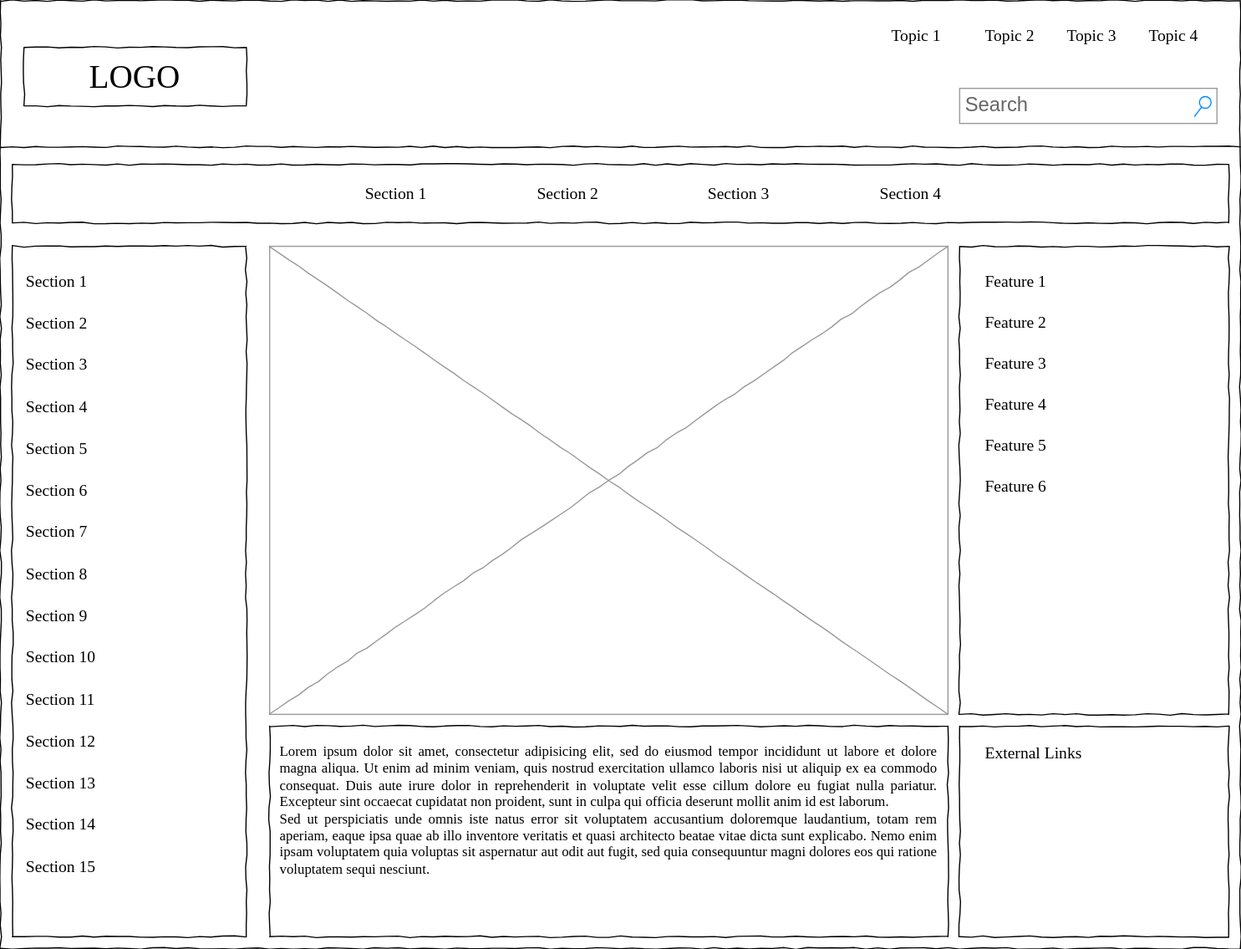
TurnipGuy30/SQL keeps this draw.io diagram as Images/Wireframe 1.svg. Above is the earlier version. Source tidied: cells renumbered, new cells last; positions are measured from the earlier drawing's top-left corner, leaving out a move shared by most shapes.
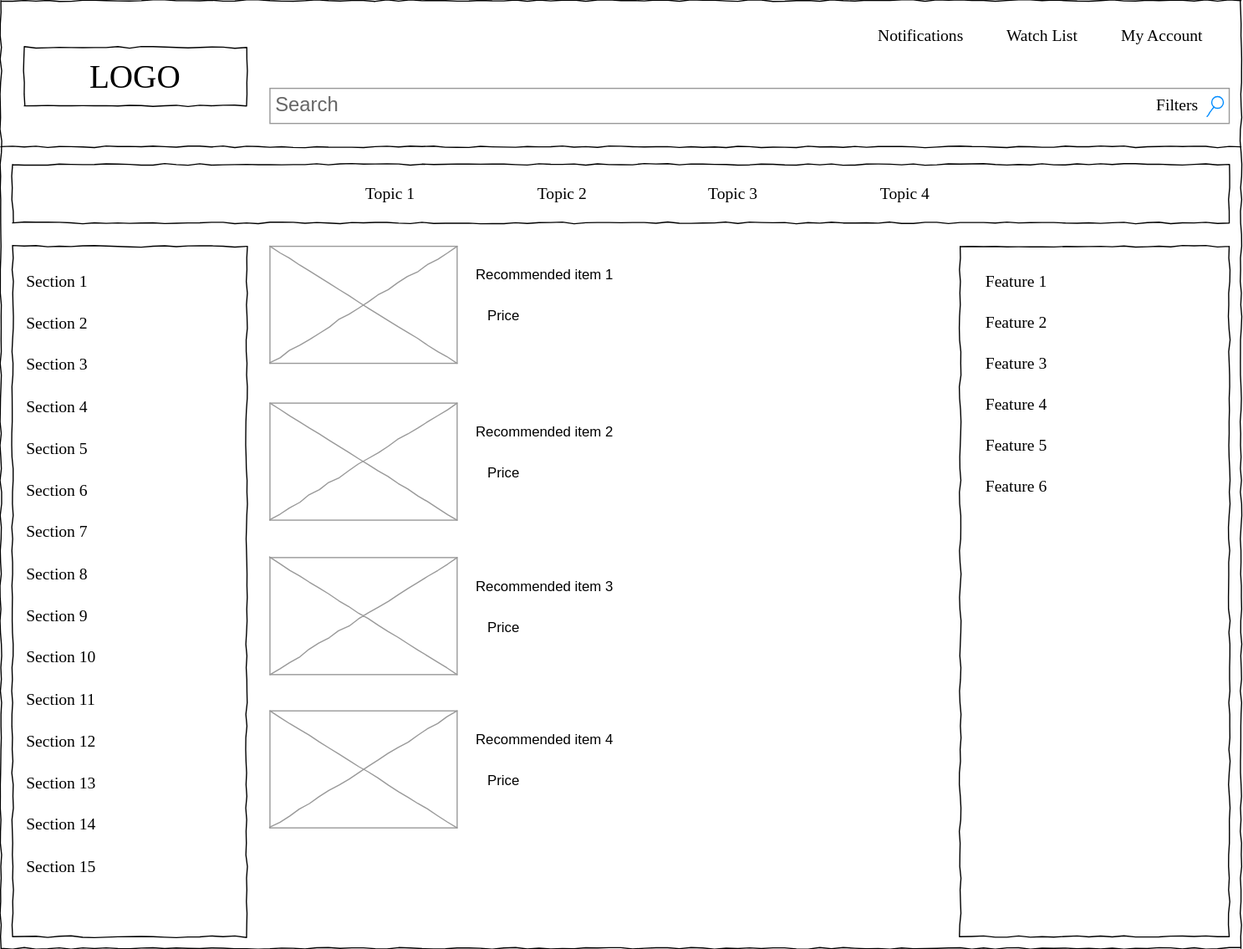
After the change.

Diff of the diagram source:
```diff
@@ -9,19 +9,16 @@
       <mxGeometry x="20" y="40" width="190" height="50" as="geometry" />
     </mxCell>
     <mxCell id="4" value="Search" style="strokeWidth=1;shadow=0;dashed=0;align=center;html=1;shape=mxgraph.mockup.forms.searchBox;strokeColor=#999999;mainText=;strokeColor2=#008cff;fontColor=#666666;fontSize=17;align=left;spacingLeft=3;rounded=0;labelBackgroundColor=none;comic=1;" parent="1" vertex="1">
-      <mxGeometry x="820" y="75" width="220" height="30" as="geometry" />
+      <mxGeometry x="230" y="75" width="820" height="30" as="geometry" />
     </mxCell>
-    <mxCell id="5" value="Topic 1" style="text;html=1;align=left;verticalAlign=top;spacingTop=-4;fontSize=14;fontFamily=Verdana;" parent="1" vertex="1">
-      <mxGeometry x="760" y="20" width="60" height="20" as="geometry" />
+    <mxCell id="5" value="Notifications" style="text;html=1;align=left;verticalAlign=top;spacingTop=-4;fontSize=14;fontFamily=Verdana;" parent="1" vertex="1">
+      <mxGeometry x="748" y="20" width="60" height="20" as="geometry" />
     </mxCell>
-    <mxCell id="6" value="Topic 2" style="text;html=1;align=left;verticalAlign=top;spacingTop=-4;fontSize=14;fontFamily=Verdana;" parent="1" vertex="1">
-      <mxGeometry x="840" y="20" width="60" height="20" as="geometry" />
+    <mxCell id="6" value="Watch List" style="text;html=1;align=left;verticalAlign=top;spacingTop=-4;fontSize=14;fontFamily=Verdana;" parent="1" vertex="1">
+      <mxGeometry x="858" y="20" width="60" height="20" as="geometry" />
     </mxCell>
-    <mxCell id="7" value="Topic 3" style="text;html=1;align=left;verticalAlign=top;spacingTop=-4;fontSize=14;fontFamily=Verdana;" parent="1" vertex="1">
-      <mxGeometry x="910" y="20" width="60" height="20" as="geometry" />
-    </mxCell>
-    <mxCell id="8" value="Topic 4" style="text;html=1;align=left;verticalAlign=top;spacingTop=-4;fontSize=14;fontFamily=Verdana;" parent="1" vertex="1">
-      <mxGeometry x="980" y="20" width="60" height="20" as="geometry" />
+    <mxCell id="8" value="My Account" style="text;html=1;align=left;verticalAlign=top;spacingTop=-4;fontSize=14;fontFamily=Verdana;" parent="1" vertex="1">
+      <mxGeometry x="956" y="20" width="60" height="20" as="geometry" />
     </mxCell>
     <mxCell id="9" style="whiteSpace=wrap;html=1;rounded=0;shadow=0;labelBackgroundColor=none;strokeWidth=1;fillColor=none;fontFamily=Verdana;fontSize=12;align=center;comic=1;" parent="1" vertex="1">
       <mxGeometry x="10" y="210" width="200" height="590" as="geometry" />
@@ -32,30 +29,24 @@
     <mxCell id="11" style="whiteSpace=wrap;html=1;rounded=0;shadow=0;labelBackgroundColor=none;strokeWidth=1;fillColor=none;fontFamily=Verdana;fontSize=12;align=center;comic=1;" parent="1" vertex="1">
       <mxGeometry x="10" y="140" width="1040" height="50" as="geometry" />
     </mxCell>
-    <mxCell id="12" value="Section 1" style="text;html=1;align=left;verticalAlign=top;spacingTop=-4;fontSize=14;fontFamily=Verdana;" parent="1" vertex="1">
+    <mxCell id="12" value="Topic 1" style="text;html=1;align=left;verticalAlign=top;spacingTop=-4;fontSize=14;fontFamily=Verdana;" parent="1" vertex="1">
       <mxGeometry x="310" y="155" width="60" height="20" as="geometry" />
     </mxCell>
-    <mxCell id="13" value="Section 2" style="text;html=1;align=left;verticalAlign=top;spacingTop=-4;fontSize=14;fontFamily=Verdana;" parent="1" vertex="1">
+    <mxCell id="13" value="Topic 2" style="text;html=1;align=left;verticalAlign=top;spacingTop=-4;fontSize=14;fontFamily=Verdana;" parent="1" vertex="1">
       <mxGeometry x="457" y="155" width="60" height="20" as="geometry" />
     </mxCell>
-    <mxCell id="14" value="Section 3" style="text;html=1;align=left;verticalAlign=top;spacingTop=-4;fontSize=14;fontFamily=Verdana;" parent="1" vertex="1">
+    <mxCell id="14" value="Topic 3" style="text;html=1;align=left;verticalAlign=top;spacingTop=-4;fontSize=14;fontFamily=Verdana;" parent="1" vertex="1">
       <mxGeometry x="603" y="155" width="60" height="20" as="geometry" />
     </mxCell>
-    <mxCell id="15" value="Section 4" style="text;html=1;align=left;verticalAlign=top;spacingTop=-4;fontSize=14;fontFamily=Verdana;" parent="1" vertex="1">
+    <mxCell id="15" value="Topic 4" style="text;html=1;align=left;verticalAlign=top;spacingTop=-4;fontSize=14;fontFamily=Verdana;" parent="1" vertex="1">
       <mxGeometry x="750" y="155" width="60" height="20" as="geometry" />
     </mxCell>
-    <mxCell id="16" value="&lt;div style=&quot;text-align: justify&quot;&gt;&lt;span&gt;Lorem ipsum dolor sit amet, consectetur adipisicing elit, sed do eiusmod tempor incididunt ut labore et dolore magna aliqua. Ut enim ad minim veniam, quis nostrud exercitation ullamco laboris nisi ut aliquip ex ea commodo consequat. Duis aute irure dolor in reprehenderit in voluptate velit esse cillum dolore eu fugiat nulla pariatur. Excepteur sint occaecat cupidatat non proident, sunt in culpa qui officia deserunt mollit anim id est laborum.&lt;/span&gt;&lt;/div&gt;&lt;div style=&quot;text-align: justify&quot;&gt;&lt;span&gt;Sed ut perspiciatis unde omnis iste natus error sit voluptatem accusantium doloremque laudantium, totam rem aperiam, eaque ipsa quae ab illo inventore veritatis et quasi architecto beatae vitae dicta sunt explicabo. Nemo enim ipsam voluptatem quia voluptas sit aspernatur aut odit aut fugit, sed quia consequuntur magni dolores eos qui ratione voluptatem sequi nesciunt.&amp;nbsp;&lt;/span&gt;&lt;/div&gt;" style="whiteSpace=wrap;html=1;rounded=0;shadow=0;labelBackgroundColor=none;strokeWidth=1;fillColor=none;fontFamily=Verdana;fontSize=12;align=center;verticalAlign=top;spacing=10;comic=1;" parent="1" vertex="1">
-      <mxGeometry x="230" y="620" width="580" height="180" as="geometry" />
-    </mxCell>
     <mxCell id="17" style="verticalLabelPosition=bottom;shadow=0;dashed=0;align=center;html=1;verticalAlign=top;strokeWidth=1;shape=mxgraph.mockup.graphics.simpleIcon;strokeColor=#999999;rounded=0;labelBackgroundColor=none;fontFamily=Verdana;fontSize=14;fontColor=#000000;comic=1;" parent="1" vertex="1">
-      <mxGeometry x="230" y="210" width="580" height="400" as="geometry" />
+      <mxGeometry x="230" y="210" width="160" height="100" as="geometry" />
     </mxCell>
     <mxCell id="18" style="whiteSpace=wrap;html=1;rounded=0;shadow=0;labelBackgroundColor=none;strokeWidth=1;fillColor=none;fontFamily=Verdana;fontSize=12;align=center;comic=1;" parent="1" vertex="1">
-      <mxGeometry x="820" y="210" width="230" height="400" as="geometry" />
+      <mxGeometry x="820" y="210" width="230" height="590" as="geometry" />
     </mxCell>
-    <mxCell id="19" style="whiteSpace=wrap;html=1;rounded=0;shadow=0;labelBackgroundColor=none;strokeWidth=1;fillColor=none;fontFamily=Verdana;fontSize=12;align=center;comic=1;" parent="1" vertex="1">
-      <mxGeometry x="820" y="620" width="230" height="180" as="geometry" />
-    </mxCell>
     <mxCell id="20" value="Section 1" style="text;html=1;align=left;verticalAlign=top;spacingTop=-4;fontSize=14;fontFamily=Verdana;" parent="1" vertex="1">
       <mxGeometry x="20" y="230" width="170" height="20" as="geometry" />
     </mxCell>
@@ -101,9 +92,6 @@
     <mxCell id="34" value="Section 15" style="text;html=1;align=left;verticalAlign=top;spacingTop=-4;fontSize=14;fontFamily=Verdana;" parent="1" vertex="1">
       <mxGeometry x="20" y="730" width="170" height="20" as="geometry" />
     </mxCell>
-    <mxCell id="35" value="External Links" style="text;html=1;align=left;verticalAlign=top;spacingTop=-4;fontSize=14;fontFamily=Verdana;" parent="1" vertex="1">
-      <mxGeometry x="840" y="633" width="170" height="20" as="geometry" />
-    </mxCell>
     <mxCell id="36" value="Feature 1" style="text;html=1;align=left;verticalAlign=top;spacingTop=-4;fontSize=14;fontFamily=Verdana;" parent="1" vertex="1">
       <mxGeometry x="840" y="230" width="170" height="20" as="geometry" />
     </mxCell>
@@ -122,5 +110,41 @@
     <mxCell id="41" value="Feature 6" style="text;html=1;align=left;verticalAlign=top;spacingTop=-4;fontSize=14;fontFamily=Verdana;" parent="1" vertex="1">
       <mxGeometry x="840" y="405" width="170" height="20" as="geometry" />
     </mxCell>
+    <mxCell id="42" value="Filters" style="text;html=1;align=left;verticalAlign=top;spacingTop=-4;fontSize=14;fontFamily=Verdana;" parent="1" vertex="1">
+      <mxGeometry x="986" y="79" width="60" height="20" as="geometry" />
+    </mxCell>
+    <mxCell id="43" value="Recommended item 1" style="text;html=1;strokeColor=none;fillColor=none;align=center;verticalAlign=middle;whiteSpace=wrap;rounded=0;" parent="1" vertex="1">
+      <mxGeometry x="400" y="220" width="130" height="30" as="geometry" />
+    </mxCell>
+    <mxCell id="44" value="Price" style="text;html=1;strokeColor=none;fillColor=none;align=center;verticalAlign=middle;whiteSpace=wrap;rounded=0;" parent="1" vertex="1">
+      <mxGeometry x="400" y="255" width="60" height="30" as="geometry" />
+    </mxCell>
+    <mxCell id="45" style="verticalLabelPosition=bottom;shadow=0;dashed=0;align=center;html=1;verticalAlign=top;strokeWidth=1;shape=mxgraph.mockup.graphics.simpleIcon;strokeColor=#999999;rounded=0;labelBackgroundColor=none;fontFamily=Verdana;fontSize=14;fontColor=#000000;comic=1;" parent="1" vertex="1">
+      <mxGeometry x="230" y="344" width="160" height="100" as="geometry" />
+    </mxCell>
+    <mxCell id="46" value="Recommended item 2" style="text;html=1;strokeColor=none;fillColor=none;align=center;verticalAlign=middle;whiteSpace=wrap;rounded=0;" parent="1" vertex="1">
+      <mxGeometry x="400" y="354" width="130" height="30" as="geometry" />
+    </mxCell>
+    <mxCell id="47" value="Price" style="text;html=1;strokeColor=none;fillColor=none;align=center;verticalAlign=middle;whiteSpace=wrap;rounded=0;" parent="1" vertex="1">
+      <mxGeometry x="400" y="389" width="60" height="30" as="geometry" />
+    </mxCell>
+    <mxCell id="48" style="verticalLabelPosition=bottom;shadow=0;dashed=0;align=center;html=1;verticalAlign=top;strokeWidth=1;shape=mxgraph.mockup.graphics.simpleIcon;strokeColor=#999999;rounded=0;labelBackgroundColor=none;fontFamily=Verdana;fontSize=14;fontColor=#000000;comic=1;" parent="1" vertex="1">
+      <mxGeometry x="230" y="476" width="160" height="100" as="geometry" />
+    </mxCell>
+    <mxCell id="49" value="Recommended item 3" style="text;html=1;strokeColor=none;fillColor=none;align=center;verticalAlign=middle;whiteSpace=wrap;rounded=0;" parent="1" vertex="1">
+      <mxGeometry x="400" y="486" width="130" height="30" as="geometry" />
+    </mxCell>
+    <mxCell id="50" value="Price" style="text;html=1;strokeColor=none;fillColor=none;align=center;verticalAlign=middle;whiteSpace=wrap;rounded=0;" parent="1" vertex="1">
+      <mxGeometry x="400" y="521" width="60" height="30" as="geometry" />
+    </mxCell>
+    <mxCell id="51" style="verticalLabelPosition=bottom;shadow=0;dashed=0;align=center;html=1;verticalAlign=top;strokeWidth=1;shape=mxgraph.mockup.graphics.simpleIcon;strokeColor=#999999;rounded=0;labelBackgroundColor=none;fontFamily=Verdana;fontSize=14;fontColor=#000000;comic=1;" parent="1" vertex="1">
+      <mxGeometry x="230" y="607" width="160" height="100" as="geometry" />
+    </mxCell>
+    <mxCell id="52" value="Recommended item 4" style="text;html=1;strokeColor=none;fillColor=none;align=center;verticalAlign=middle;whiteSpace=wrap;rounded=0;" parent="1" vertex="1">
+      <mxGeometry x="400" y="617" width="130" height="30" as="geometry" />
+    </mxCell>
+    <mxCell id="53" value="Price" style="text;html=1;strokeColor=none;fillColor=none;align=center;verticalAlign=middle;whiteSpace=wrap;rounded=0;" parent="1" vertex="1">
+      <mxGeometry x="400" y="652" width="60" height="30" as="geometry" />
+    </mxCell>
   </root>
 </mxGraphModel>
```
